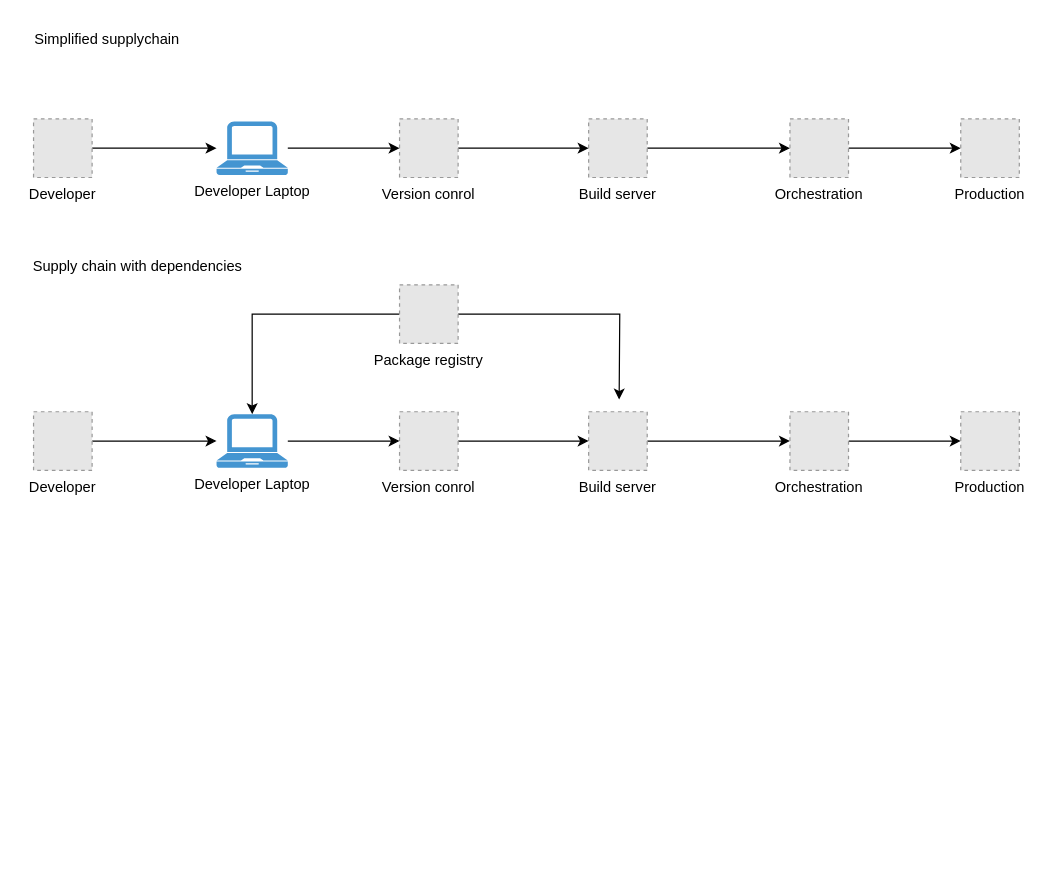
Earlier version of the draw.io diagram attackpath.drawio (kugg/supplychaingraphs). Source tidied: cells renumbered, new cells numbered last; positions are measured from the earlier drawing's top-left corner, leaving out a move shared by most shapes. Both pictures are drawn from the tidied source at 122%, with x=0, y=0 at pixel (21, 21). Pictures stored in the file or linked from it are replaced by grey dashed boxes.
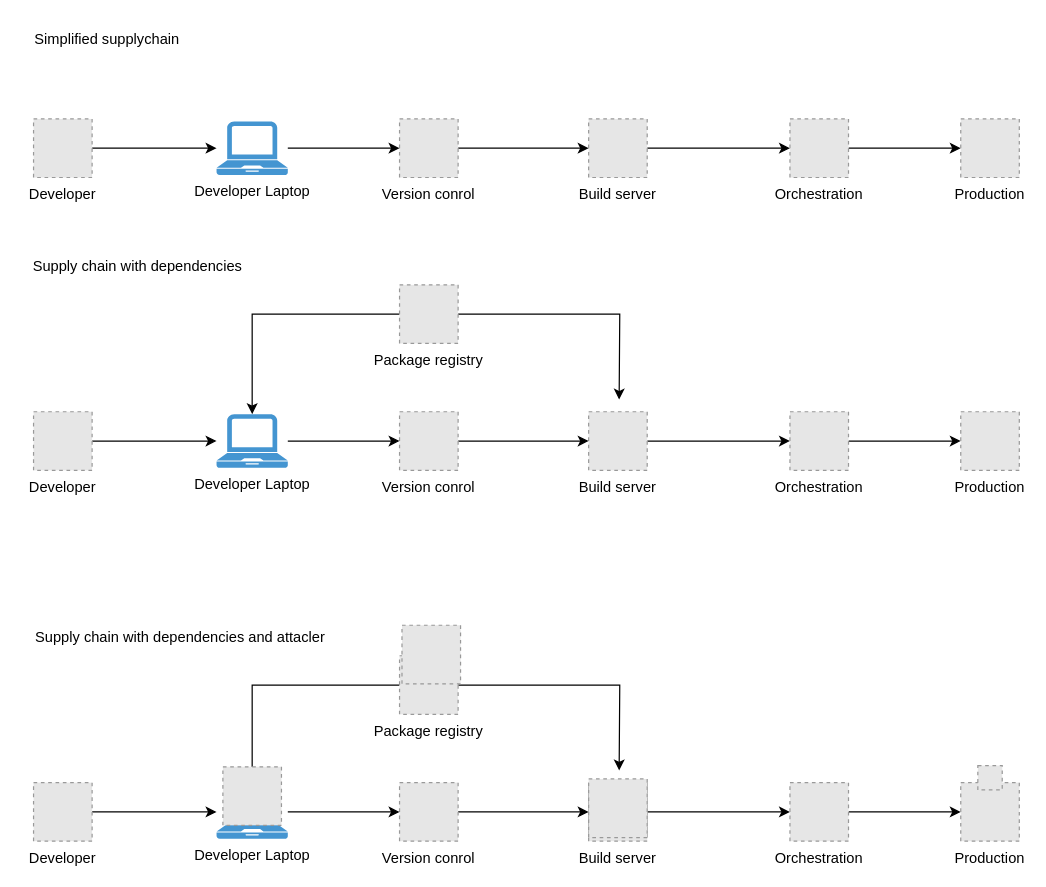
The same page after the edit.

What changed in the source:
```diff
@@
+    <mxCell id="29" style="edgeStyle=orthogonalEdgeStyle;rounded=0;jettySize=auto;html=1;" parent="1" edge="1" source="30" target="36">
+      <mxGeometry relative="1" as="geometry" />
+    </mxCell>
+    <mxCell id="30" value="Developer" style="fillColor=#E6E6E6;strokeColor=#999999;dashed=1;verticalLabelPosition=bottom;verticalAlign=top;labelBackgroundColor=#ffffff;" parent="1" vertex="1">
+      <mxGeometry x="10" y="624" width="48" height="48" as="geometry" />
+    </mxCell>
+    <mxCell id="31" style="edgeStyle=orthogonalEdgeStyle;rounded=0;jettySize=auto;html=1;entryX=0;entryY=0.5;entryDx=0;entryDy=0;" parent="1" edge="1" source="32" target="38">
+      <mxGeometry relative="1" as="geometry" />
+    </mxCell>
+    <mxCell id="32" value="Build server" style="fillColor=#E6E6E6;strokeColor=#999999;dashed=1;verticalLabelPosition=bottom;verticalAlign=top;" parent="1" vertex="1">
+      <mxGeometry x="465" y="624" width="48" height="48" as="geometry" />
+    </mxCell>
+    <mxCell id="33" style="edgeStyle=orthogonalEdgeStyle;rounded=0;jettySize=auto;html=1;entryX=0;entryY=0.5;entryDx=0;entryDy=0;" parent="1" edge="1" source="34" target="32">
+      <mxGeometry relative="1" as="geometry" />
+    </mxCell>
+    <mxCell id="34" value="Version conrol" style="fillColor=#E6E6E6;strokeColor=#999999;dashed=1;verticalLabelPosition=bottom;verticalAlign=top;" parent="1" vertex="1">
+      <mxGeometry x="310" y="624" width="48" height="48" as="geometry" />
+    </mxCell>
+    <mxCell id="35" style="edgeStyle=orthogonalEdgeStyle;rounded=0;jettySize=auto;html=1;entryX=0;entryY=0.5;entryDx=0;entryDy=0;" parent="1" edge="1" source="36" target="34">
+      <mxGeometry relative="1" as="geometry" />
+    </mxCell>
+    <mxCell id="36" value="Developer Laptop" style="shadow=0;dashed=0;html=1;strokeColor=none;fillColor=#4495D1;labelPosition=center;verticalLabelPosition=bottom;verticalAlign=top;align=center;outlineConnect=0;shape=mxgraph.veeam.laptop;" parent="1" vertex="1">
+      <mxGeometry x="160" y="626" width="58.4" height="44" as="geometry" />
+    </mxCell>
+    <mxCell id="37" style="edgeStyle=orthogonalEdgeStyle;rounded=0;jettySize=auto;html=1;" parent="1" edge="1" source="38" target="39">
+      <mxGeometry relative="1" as="geometry" />
+    </mxCell>
+    <mxCell id="38" value="Orchestration" style="fillColor=#E6E6E6;strokeColor=#999999;dashed=1;verticalLabelPosition=bottom;verticalAlign=top;" parent="1" vertex="1">
+      <mxGeometry x="630" y="624" width="48" height="48" as="geometry" />
+    </mxCell>
+    <mxCell id="39" value="Production" style="fillColor=#E6E6E6;strokeColor=#999999;dashed=1;verticalLabelPosition=bottom;verticalAlign=top;" parent="1" vertex="1">
+      <mxGeometry x="770" y="624" width="48" height="48" as="geometry" />
+    </mxCell>
+    <mxCell id="40" value="Supply chain with dependencies and attacler" style="text;html=1;align=center;verticalAlign=middle;strokeColor=none;fillColor=none;" parent="1" vertex="1">
+      <mxGeometry y="490" width="260" height="30" as="geometry" />
+    </mxCell>
+    <mxCell id="41" style="edgeStyle=orthogonalEdgeStyle;rounded=0;jettySize=auto;html=1;" parent="1" edge="1" source="43" target="36">
+      <mxGeometry relative="1" as="geometry" />
+    </mxCell>
+    <mxCell id="42" style="edgeStyle=orthogonalEdgeStyle;rounded=0;jettySize=auto;html=1;" parent="1" edge="1" source="43">
+      <mxGeometry relative="1" as="geometry">
+        <mxPoint x="490" y="614" as="targetPoint" />
+      </mxGeometry>
+    </mxCell>
+    <mxCell id="43" value="Package registry" style="fillColor=#E6E6E6;strokeColor=#999999;dashed=1;verticalLabelPosition=bottom;verticalAlign=top;" parent="1" vertex="1">
+      <mxGeometry x="310" y="520" width="48" height="48" as="geometry" />
+    </mxCell>
+    <mxCell id="44" style="fillColor=#E6E6E6;strokeColor=#999999;dashed=1;verticalLabelPosition=bottom;verticalAlign=top;" parent="1" vertex="1">
+      <mxGeometry x="165.2" y="611" width="48" height="48" as="geometry" />
+    </mxCell>
+    <mxCell id="45" style="fillColor=#E6E6E6;strokeColor=#999999;dashed=1;verticalLabelPosition=bottom;verticalAlign=top;" parent="1" vertex="1">
+      <mxGeometry x="465" y="621" width="48" height="48" as="geometry" />
+    </mxCell>
+    <mxCell id="46" style="fillColor=#E6E6E6;strokeColor=#999999;dashed=1;verticalLabelPosition=bottom;verticalAlign=top;" parent="1" vertex="1">
+      <mxGeometry x="312" y="495" width="48" height="48" as="geometry" />
+    </mxCell>
+    <mxCell id="47" style="fillColor=#E6E6E6;strokeColor=#999999;dashed=1;verticalLabelPosition=bottom;verticalAlign=top;" parent="1" vertex="1">
+      <mxGeometry x="784" y="610" width="20" height="20" as="geometry" />
+    </mxCell>
```
